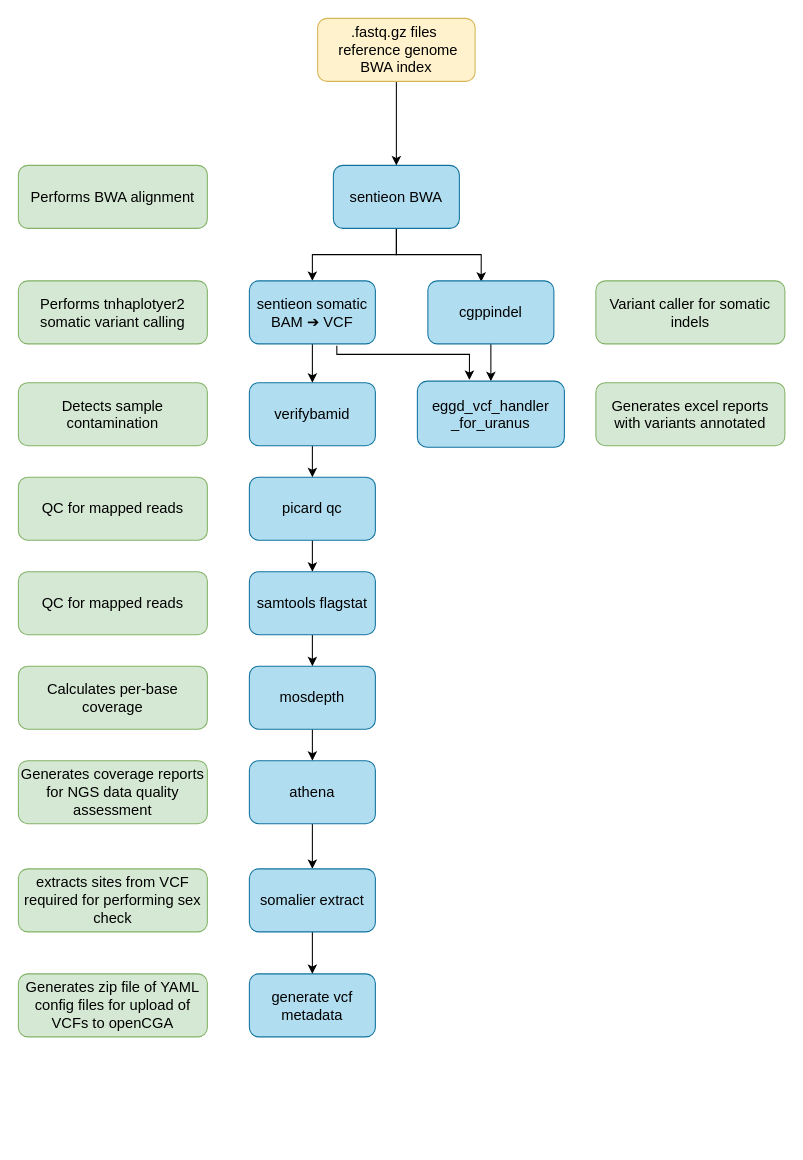
This is images/workflow.drawio from eastgenomics/eggd_uranus_main_workflow, a draw.io file, before an edit. Source tidied: cells renumbered, new cells numbered last; positions are measured from the earlier drawing's top-left corner, leaving out a move shared by most shapes. Both pictures are drawn from the tidied source at 105%, with x=0, y=0 at pixel (18, 18).
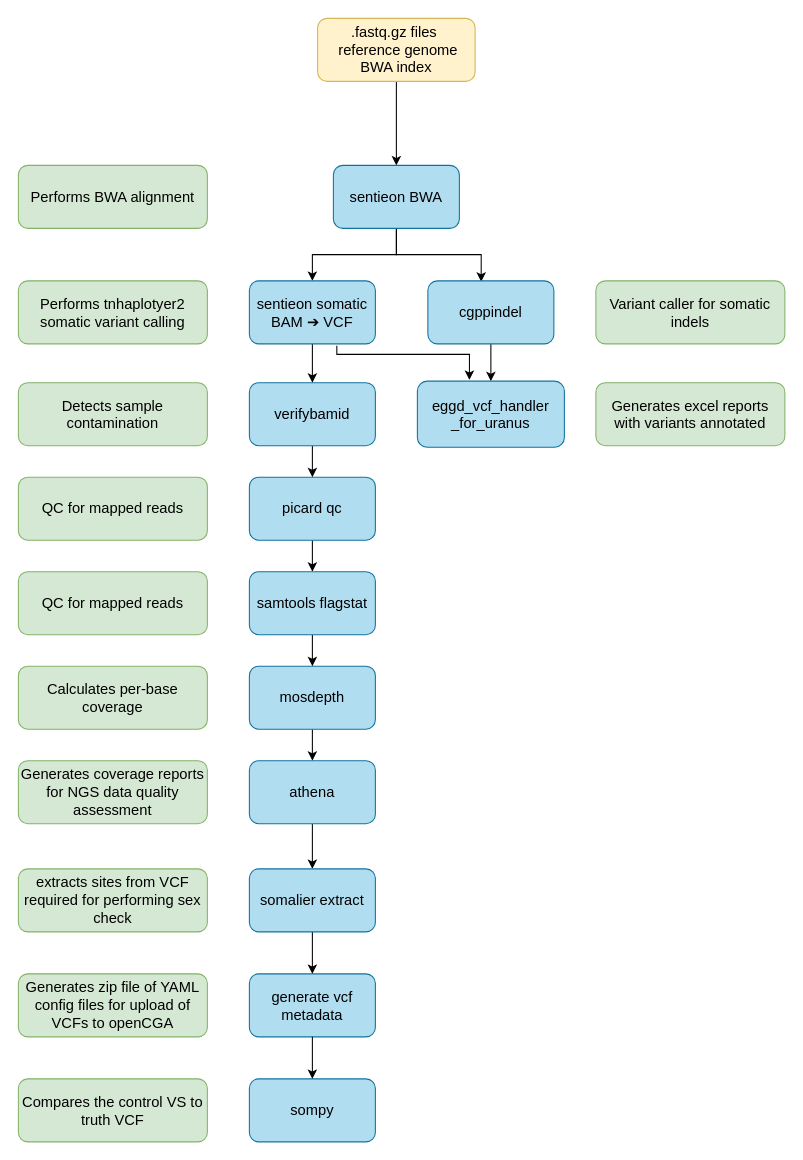
After the change.

Commit message (it also covers changes not shown here):
URA-186 update workflow

Change to the diagram source:
```diff
@@
+    <mxCell id="37" value="sompy" style="rounded=1;whiteSpace=wrap;html=1;fillColor=#b1ddf0;strokeColor=#10739e;fontSize=14;" parent="1" vertex="1">
+      <mxGeometry x="220" y="1010" width="120" height="60" as="geometry" />
+    </mxCell>
+    <mxCell id="38" value="&lt;font color=&quot;#000000&quot; style=&quot;font-size: 14px&quot;&gt;Compares the control VS to truth VCF&lt;/font&gt;" style="rounded=1;whiteSpace=wrap;html=1;fillColor=#d5e8d4;strokeColor=#82b366;fontSize=14;" parent="1" vertex="1">
+      <mxGeometry y="1010" width="180" height="60" as="geometry" />
+    </mxCell>
+    <mxCell id="39" style="edgeStyle=none;html=1;" parent="1" edge="1" target="37">
+      <mxGeometry relative="1" as="geometry">
+        <mxPoint x="280" y="970" as="sourcePoint" />
+      </mxGeometry>
+    </mxCell>
```
